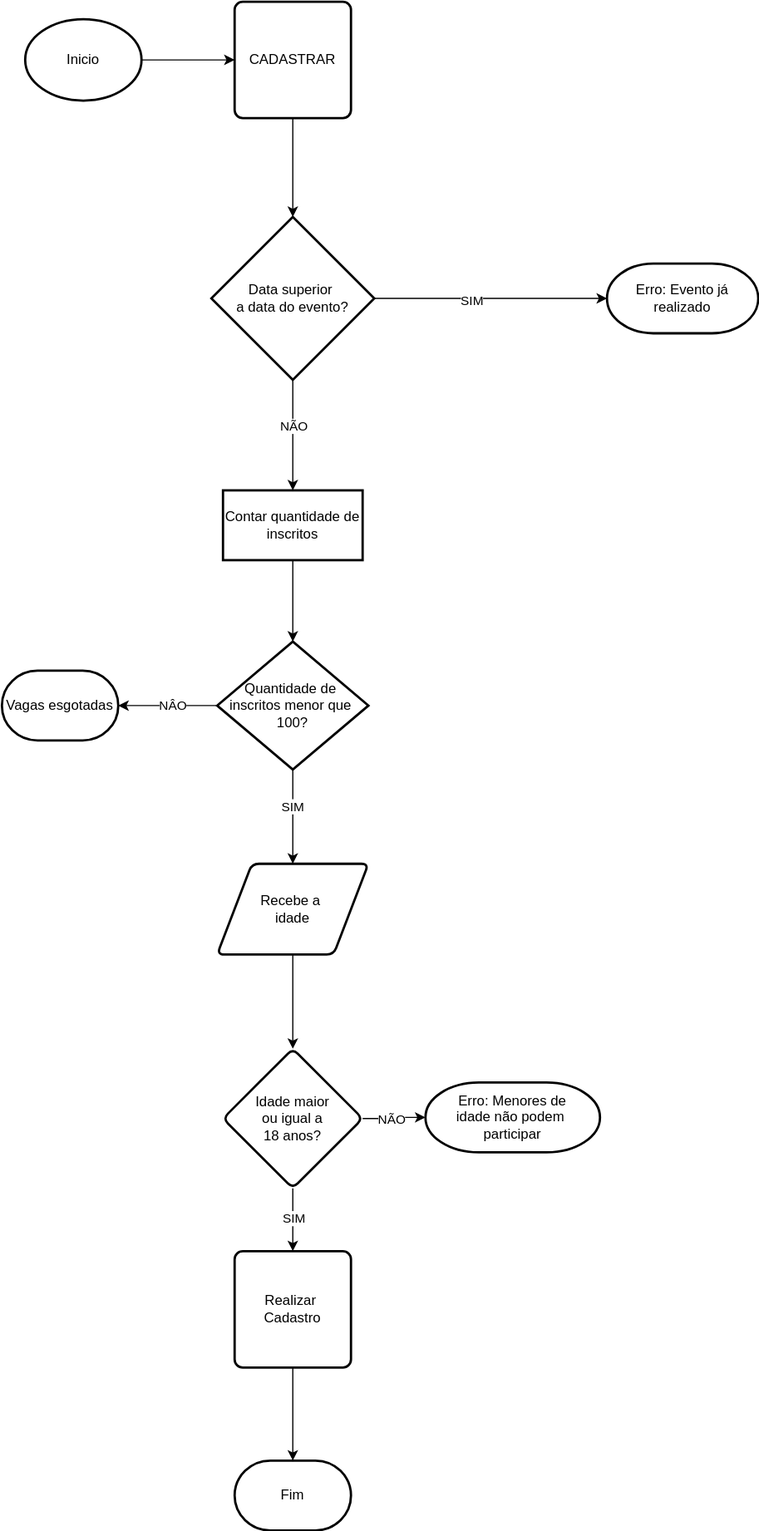
Above: ATIVIDADE-ENCONTRO/Cadastro de Eventos.drawio.svg in orionwork/RESOLUCAO-PROBLEMA (draw.io), before the change. Source tidied: cells renumbered, new cells last; positions are measured from the earlier drawing's top-left corner, leaving out a move shared by most shapes.
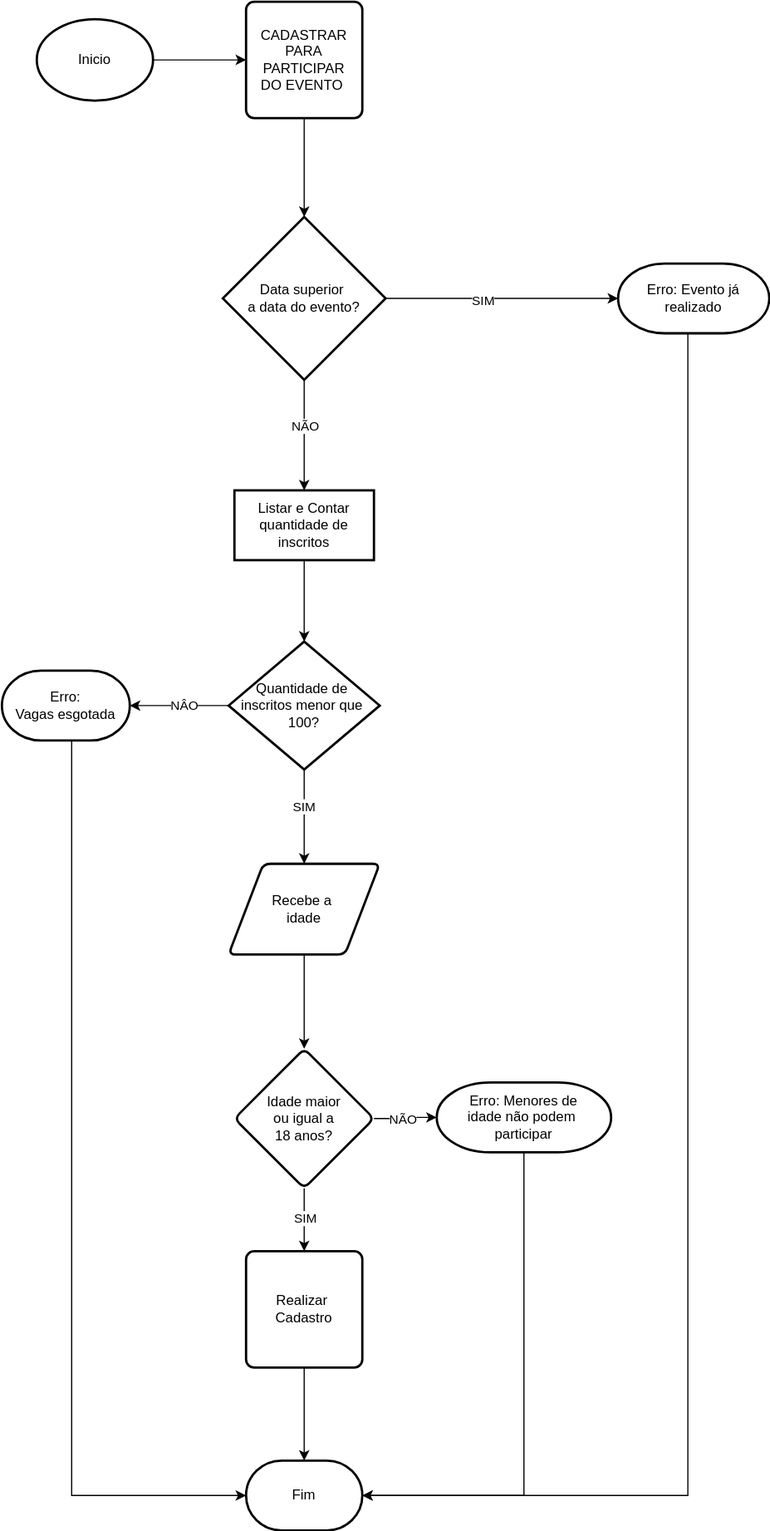
After the commit.

Diff of the diagram source:
```diff
@@ -26,9 +26,16 @@
     <mxCell id="9" style="edgeStyle=orthogonalEdgeStyle;rounded=0;jettySize=auto;html=1;" parent="1" edge="1" source="10" target="8">
       <mxGeometry relative="1" as="geometry" />
     </mxCell>
-    <mxCell id="10" value="CADASTRAR" style="rounded=1;whiteSpace=wrap;html=1;absoluteArcSize=1;arcSize=14;strokeWidth=2;" parent="1" vertex="1">
+    <mxCell id="10" value="CADASTRAR PARA PARTICIPAR&lt;br&gt;DO EVENTO&amp;nbsp;" style="rounded=1;whiteSpace=wrap;html=1;absoluteArcSize=1;arcSize=14;strokeWidth=2;" parent="1" vertex="1">
       <mxGeometry x="200" width="100" height="100" as="geometry" />
     </mxCell>
+    <mxCell id="31" style="edgeStyle=orthogonalEdgeStyle;rounded=0;jettySize=auto;html=1;entryX=1;entryY=0.5;entryDx=0;entryDy=0;entryPerimeter=0;" parent="1" edge="1" source="11" target="28">
+      <mxGeometry relative="1" as="geometry">
+        <Array as="points">
+          <mxPoint x="580" y="1284" />
+        </Array>
+      </mxGeometry>
+    </mxCell>
     <mxCell id="11" value="Erro: Evento já realizado" style="strokeWidth=2;html=1;shape=mxgraph.flowchart.terminator;whiteSpace=wrap;" parent="1" vertex="1">
       <mxGeometry x="520" y="225" width="130" height="60" as="geometry" />
     </mxCell>
@@ -53,13 +60,20 @@
     <mxCell id="18" value="Idade maior &lt;br&gt;ou igual a &lt;br&gt;18 anos?" style="rhombus;whiteSpace=wrap;html=1;rounded=1;strokeWidth=2;arcSize=12;" parent="1" vertex="1">
       <mxGeometry x="190" y="900" width="120" height="120" as="geometry" />
     </mxCell>
+    <mxCell id="32" style="edgeStyle=orthogonalEdgeStyle;rounded=0;jettySize=auto;html=1;entryX=1;entryY=0.5;entryDx=0;entryDy=0;entryPerimeter=0;" parent="1" edge="1" source="19" target="28">
+      <mxGeometry relative="1" as="geometry">
+        <Array as="points">
+          <mxPoint x="439" y="1284" />
+        </Array>
+      </mxGeometry>
+    </mxCell>
     <mxCell id="19" value="Erro: Menores de &lt;br&gt;idade não podem&amp;nbsp;&lt;br&gt;participar" style="strokeWidth=2;html=1;shape=mxgraph.flowchart.terminator;whiteSpace=wrap;" parent="1" vertex="1">
       <mxGeometry x="364" y="929" width="150" height="60" as="geometry" />
     </mxCell>
     <mxCell id="20" style="edgeStyle=orthogonalEdgeStyle;rounded=0;jettySize=auto;html=1;" parent="1" edge="1" source="21" target="26">
       <mxGeometry relative="1" as="geometry" />
     </mxCell>
-    <mxCell id="21" value="Contar quantidade de inscritos" style="whiteSpace=wrap;html=1;strokeWidth=2;" parent="1" vertex="1">
+    <mxCell id="21" value="Listar e Contar quantidade de inscritos" style="whiteSpace=wrap;html=1;strokeWidth=2;" parent="1" vertex="1">
       <mxGeometry x="190" y="420" width="120" height="60" as="geometry" />
     </mxCell>
     <mxCell id="22" style="edgeStyle=orthogonalEdgeStyle;rounded=0;jettySize=auto;html=1;" parent="1" edge="1" source="26" target="27">
@@ -77,8 +91,15 @@
     <mxCell id="26" value="Quantidade de&amp;nbsp;&lt;br&gt;inscritos menor que&amp;nbsp;&lt;br&gt;100?" style="rhombus;whiteSpace=wrap;html=1;strokeWidth=2;" parent="1" vertex="1">
       <mxGeometry x="185" y="550" width="130" height="110" as="geometry" />
     </mxCell>
+    <mxCell id="33" style="edgeStyle=orthogonalEdgeStyle;rounded=0;jettySize=auto;html=1;entryX=0;entryY=0.5;entryDx=0;entryDy=0;entryPerimeter=0;" parent="1" edge="1" source="27" target="28">
+      <mxGeometry relative="1" as="geometry">
+        <Array as="points">
+          <mxPoint x="50" y="1284" />
+        </Array>
+      </mxGeometry>
+    </mxCell>
-    <mxCell id="27" value="Vagas esgotadas" style="strokeWidth=2;html=1;shape=mxgraph.flowchart.terminator;whiteSpace=wrap;" parent="1" vertex="1">
-      <mxGeometry y="575" width="100" height="60" as="geometry" />
+    <mxCell id="27" value="Erro:&lt;br&gt;Vagas esgotada" style="strokeWidth=2;html=1;shape=mxgraph.flowchart.terminator;whiteSpace=wrap;" parent="1" vertex="1">
+      <mxGeometry x="-10" y="575" width="110" height="60" as="geometry" />
     </mxCell>
     <mxCell id="28" value="Fim" style="strokeWidth=2;html=1;shape=mxgraph.flowchart.terminator;whiteSpace=wrap;" parent="1" vertex="1">
       <mxGeometry x="200" y="1254" width="100" height="60" as="geometry" />
```
